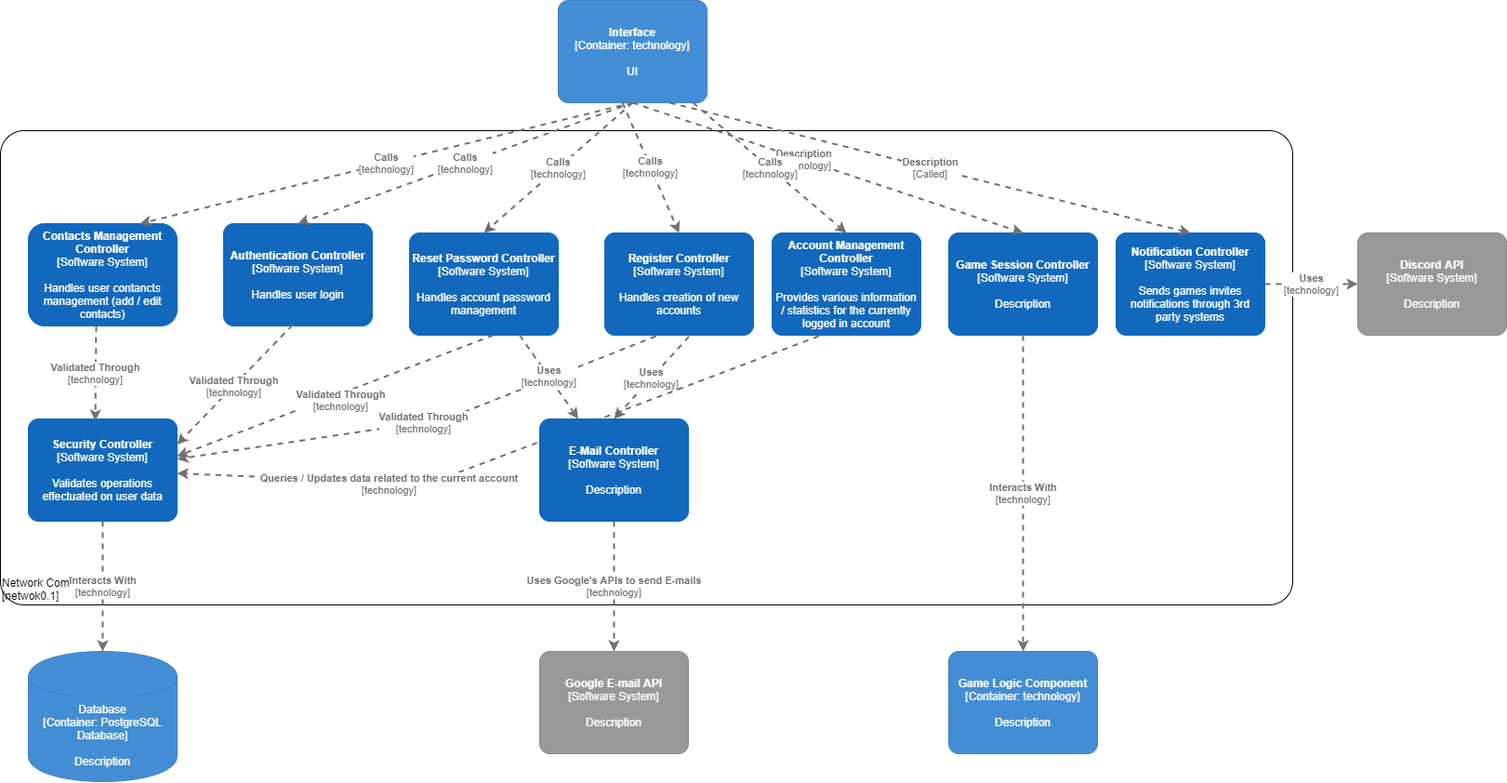
The draw.io diagram Diagrame-Networking/C4_components.png in mar1asm/Catan-ProiectIP, before a commit. Source tidied: cells renumbered, new cells last; positions are measured from the earlier drawing's top-left corner, leaving out a move shared by most shapes.
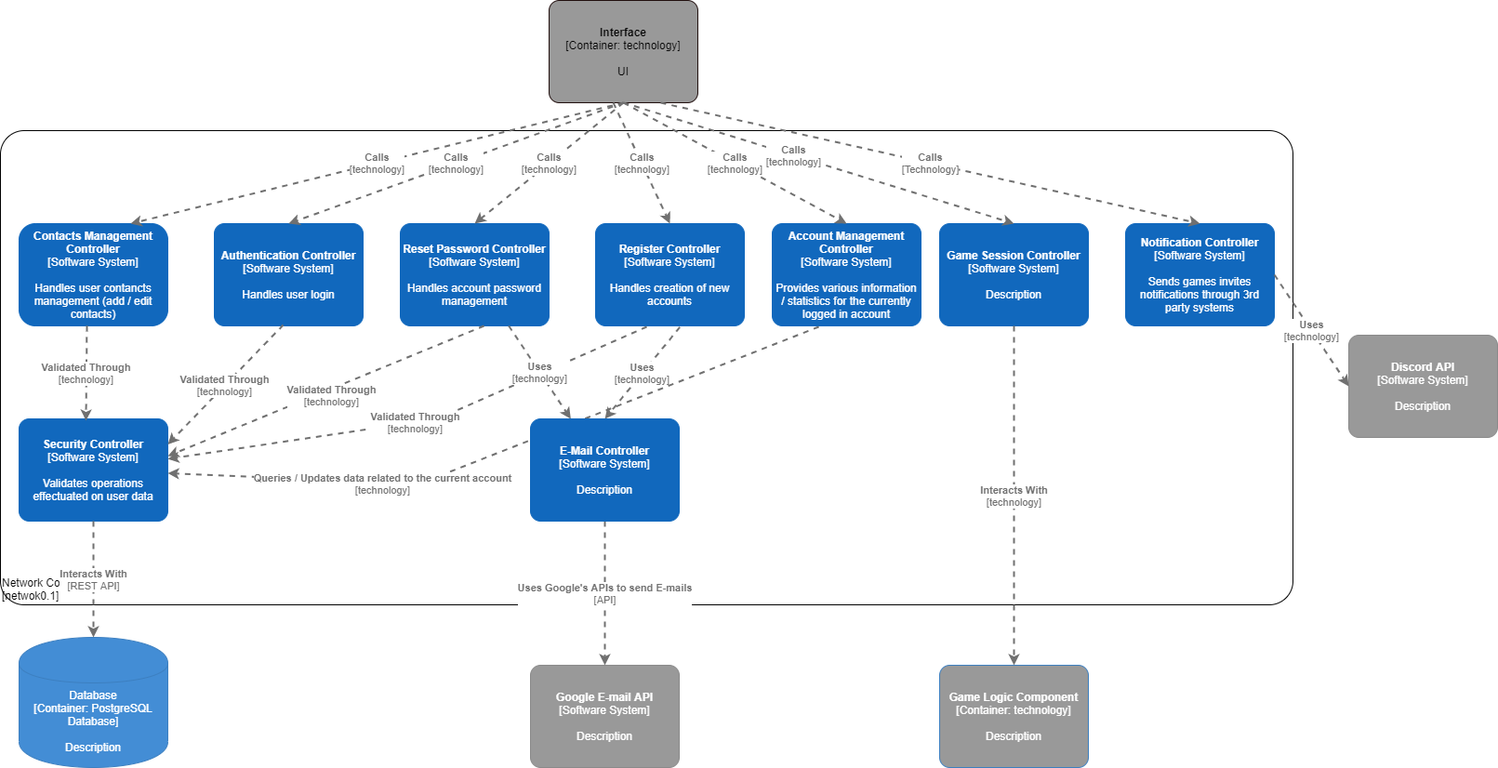
Above is the later version.

Commit message:
Updated components diagram

The edit, as a diff of the source:
```diff
@@ -4,7 +4,7 @@
     <mxCell id="1" parent="0" />
     <object id="2" label="&lt;div style=&quot;text-align: left&quot;&gt;%c4Name%&lt;/div&gt;&lt;div style=&quot;text-align: left&quot;&gt;[%c4Application%]&lt;/div&gt;" c4Application="netwok0.1" c4Name="Network Component" c4Type="ExecutionEnvironment" placeholders="1">
       <mxCell style="rounded=1;whiteSpace=wrap;html=1;labelBackgroundColor=none;fillColor=#ffffff;fontColor=#000000;align=left;arcSize=5;strokeColor=#000000;verticalAlign=bottom;metaData={&quot;c4Type&quot;:{&quot;editable&quot;:false}};" parent="1" vertex="1">
-        <mxGeometry y="140" width="1390" height="510" as="geometry" />
+        <mxGeometry x="10" y="140" width="1390" height="510" as="geometry" />
       </mxCell>
     </object>
     <object id="3" label="&lt;b&gt;%c4Name%&lt;/b&gt;&lt;div&gt;[%c4Type%]&lt;/div&gt;&lt;br&gt;&lt;div&gt;%c4Description%&lt;/div&gt;" c4Description="Handles user login" c4Name="Authentication Controller" c4Type="Software System" placeholders="1">
@@ -14,17 +14,17 @@
     </object>
     <object id="4" label="&lt;b&gt;%c4Name%&lt;/b&gt;&lt;div&gt;[%c4Type%]&lt;/div&gt;&lt;br&gt;&lt;div&gt;%c4Description%&lt;/div&gt;" c4Description="Handles creation of new accounts" c4Name="Register Controller" c4Type="Software System" placeholders="1">
       <mxCell style="rounded=1;whiteSpace=wrap;html=1;labelBackgroundColor=none;fillColor=#1168BD;fontColor=#ffffff;align=center;arcSize=10;strokeColor=#1168BD;metaData={&quot;c4Type&quot;:{&quot;editable&quot;:false}};points=[[0.25,0,0],[0.5,0,0],[0.75,0,0],[1,0.25,0],[1,0.5,0],[1,0.75,0],[0.75,1,0],[0.5,1,0],[0.25,1,0],[0,0.75,0],[0,0.5,0],[0,0.25,0]];" parent="1" vertex="1">
-        <mxGeometry x="650" y="250" width="160" height="110" as="geometry" />
+        <mxGeometry x="650" y="240" width="160" height="110" as="geometry" />
       </mxCell>
     </object>
     <object id="5" label="&lt;b&gt;%c4Name%&lt;/b&gt;&lt;div&gt;[%c4Type%]&lt;/div&gt;&lt;br&gt;&lt;div&gt;%c4Description%&lt;/div&gt;" c4Description="Handles account password management" c4Name="Reset Password Controller" c4Type="Software System" placeholders="1">
       <mxCell style="rounded=1;whiteSpace=wrap;html=1;labelBackgroundColor=none;fillColor=#1168BD;fontColor=#ffffff;align=center;arcSize=10;strokeColor=#1168BD;metaData={&quot;c4Type&quot;:{&quot;editable&quot;:false}};points=[[0.25,0,0],[0.5,0,0],[0.75,0,0],[1,0.25,0],[1,0.5,0],[1,0.75,0],[0.75,1,0],[0.5,1,0],[0.25,1,0],[0,0.75,0],[0,0.5,0],[0,0.25,0]];" parent="1" vertex="1">
-        <mxGeometry x="440" y="250" width="160" height="110" as="geometry" />
+        <mxGeometry x="440" y="240" width="160" height="110" as="geometry" />
       </mxCell>
     </object>
     <object id="6" label="&lt;b&gt;%c4Name%&lt;/b&gt;&lt;div&gt;[%c4Type%]&lt;/div&gt;&lt;br&gt;&lt;div&gt;%c4Description%&lt;/div&gt;" c4Description="Description" c4Name="Game Session Controller" c4Type="Software System" placeholders="1">
       <mxCell style="rounded=1;whiteSpace=wrap;html=1;labelBackgroundColor=none;fillColor=#1168BD;fontColor=#ffffff;align=center;arcSize=10;strokeColor=#1168BD;metaData={&quot;c4Type&quot;:{&quot;editable&quot;:false}};points=[[0.25,0,0],[0.5,0,0],[0.75,0,0],[1,0.25,0],[1,0.5,0],[1,0.75,0],[0.75,1,0],[0.5,1,0],[0.25,1,0],[0,0.75,0],[0,0.5,0],[0,0.25,0]];" parent="1" vertex="1">
-        <mxGeometry x="1020" y="250" width="160" height="110" as="geometry" />
+        <mxGeometry x="1020" y="240" width="160" height="110" as="geometry" />
       </mxCell>
     </object>
     <object id="7" label="&lt;b&gt;%c4Name%&lt;/b&gt;&lt;div&gt;[%c4Type%]&lt;/div&gt;&lt;br&gt;&lt;div&gt;%c4Description%&lt;/div&gt;" c4Description="Validates operations effectuated on user data" c4Name="Security Controller" c4Type="Software System" placeholders="1">
@@ -34,25 +34,25 @@
     </object>
     <object id="8" label="%c4Type%&lt;div&gt;[Container:&amp;nbsp;%c4Technology%]&lt;/div&gt;&lt;br&gt;&lt;div&gt;%c4Description%&lt;/div&gt;" c4Description="Description" c4Technology="PostgreSQL Database" c4Type="Database" placeholders="1">
       <mxCell style="shape=cylinder;whiteSpace=wrap;html=1;boundedLbl=1;rounded=0;labelBackgroundColor=none;fillColor=#438DD5;fontSize=12;fontColor=#ffffff;align=center;strokeColor=#3C7FC0;points=[[0.5,0,0],[1,0.25,0],[1,0.5,0],[1,0.75,0],[0.5,1,0],[0,0.75,0],[0,0.5,0],[0,0.25,0]];metaData={&quot;c4Type&quot;:{&quot;editable&quot;:false}};" parent="1" vertex="1">
-        <mxGeometry x="30" y="700" width="160" height="140" as="geometry" />
+        <mxGeometry x="30" y="685" width="160" height="140" as="geometry" />
       </mxCell>
     </object>
     <object id="9" label="&lt;b&gt;%c4Name%&lt;/b&gt;&lt;div&gt;[%c4Type%]&lt;/div&gt;&lt;br&gt;&lt;div&gt;%c4Description%&lt;/div&gt;" c4Description="Description" c4Name="Google E-mail API" c4Type="Software System" placeholders="1">
       <mxCell style="rounded=1;whiteSpace=wrap;html=1;labelBackgroundColor=none;fillColor=#999999;fontColor=#ffffff;align=center;arcSize=10;strokeColor=#8A8A8A;metaData={&quot;c4Type&quot;:{&quot;editable&quot;:false}};points=[[0.25,0,0],[0.5,0,0],[0.75,0,0],[1,0.25,0],[1,0.5,0],[1,0.75,0],[0.75,1,0],[0.5,1,0],[0.25,1,0],[0,0.75,0],[0,0.5,0],[0,0.25,0]];" parent="1" vertex="1">
-        <mxGeometry x="580" y="700" width="160" height="110" as="geometry" />
+        <mxGeometry x="580" y="715" width="160" height="110" as="geometry" />
       </mxCell>
     </object>
-    <object id="10" label="&lt;div style=&quot;text-align: left&quot;&gt;&lt;div style=&quot;text-align: center&quot;&gt;&lt;b&gt;%c4Description%&lt;/b&gt;&lt;/div&gt;&lt;div style=&quot;text-align: center&quot;&gt;[%c4Technology%]&lt;/div&gt;&lt;/div&gt;" c4Description="Uses Google's APIs to send E-mails" c4Technology="technology" c4Type="Relationship" placeholders="1">
+    <object id="10" label="&lt;div style=&quot;text-align: left&quot;&gt;&lt;div style=&quot;text-align: center&quot;&gt;&lt;b&gt;%c4Description%&lt;/b&gt;&lt;/div&gt;&lt;div style=&quot;text-align: center&quot;&gt;[%c4Technology%]&lt;/div&gt;&lt;/div&gt;" c4Description="Uses Google's APIs to send E-mails" c4Technology="API" c4Type="Relationship" placeholders="1">
       <mxCell style="edgeStyle=none;rounded=0;html=1;entryX=0.5;entryY=0;jettySize=auto;strokeColor=#707070;strokeWidth=2;fontColor=#707070;jumpStyle=none;dashed=1;metaData={&quot;c4Type&quot;:{&quot;editable&quot;:false}};exitX=0.5;exitY=1;exitDx=0;exitDy=0;exitPerimeter=0;entryDx=0;entryDy=0;entryPerimeter=0;" parent="1" edge="1" source="30" target="9">
         <mxGeometry relative="1" as="geometry" />
       </mxCell>
     </object>
     <object id="11" label="&lt;b&gt;%c4Name%&lt;/b&gt;&lt;div&gt;[%c4Type%: %c4Technology%]&lt;/div&gt;&lt;br&gt;&lt;div&gt;%c4Description%&lt;/div&gt;" c4Description="UI" c4Name="Interface" c4Technology="technology" c4Type="Container" placeholders="1">
-      <mxCell style="rounded=1;whiteSpace=wrap;html=1;labelBackgroundColor=none;fillColor=#438DD5;fontColor=#ffffff;align=center;arcSize=10;strokeColor=#3C7FC0;metaData={&quot;c4Type&quot;:{&quot;editable&quot;:false}};points=[[0.25,0,0],[0.5,0,0],[0.75,0,0],[1,0.25,0],[1,0.5,0],[1,0.75,0],[0.75,1,0],[0.5,1,0],[0.25,1,0],[0,0.75,0],[0,0.5,0],[0,0.25,0]];" parent="1" vertex="1">
+      <mxCell style="rounded=1;whiteSpace=wrap;html=1;labelBackgroundColor=none;align=center;arcSize=10;metaData={&quot;c4Type&quot;:{&quot;editable&quot;:false}};points=[[0.25,0,0],[0.5,0,0],[0.75,0,0],[1,0.25,0],[1,0.5,0],[1,0.75,0],[0.75,1,0],[0.5,1,0],[0.25,1,0],[0,0.75,0],[0,0.5,0],[0,0.25,0]];fillColor=#999999;strokeColor=#210F0E;" parent="1" vertex="1">
         <mxGeometry x="600" width="160" height="110" as="geometry" />
       </mxCell>
     </object>
-    <object id="12" label="&lt;div style=&quot;text-align: left&quot;&gt;&lt;div style=&quot;text-align: center&quot;&gt;&lt;b&gt;%c4Description%&lt;/b&gt;&lt;/div&gt;&lt;div style=&quot;text-align: center&quot;&gt;[%c4Technology%]&lt;/div&gt;&lt;/div&gt;" c4Description="Description" c4Technology="technology" c4Type="Relationship" placeholders="1">
+    <object id="12" label="&lt;div style=&quot;text-align: left&quot;&gt;&lt;div style=&quot;text-align: center&quot;&gt;&lt;b&gt;%c4Description%&lt;/b&gt;&lt;/div&gt;&lt;div style=&quot;text-align: center&quot;&gt;[%c4Technology%]&lt;/div&gt;&lt;/div&gt;" c4Description="Calls" c4Technology="technology" c4Type="Relationship" placeholders="1">
       <mxCell style="edgeStyle=none;rounded=0;html=1;entryX=0.5;entryY=0;jettySize=auto;strokeColor=#707070;strokeWidth=2;fontColor=#707070;jumpStyle=none;dashed=1;metaData={&quot;c4Type&quot;:{&quot;editable&quot;:false}};exitX=0.5;exitY=1;exitDx=0;exitDy=0;exitPerimeter=0;entryDx=0;entryDy=0;entryPerimeter=0;" parent="1" edge="1" source="11" target="6">
         <mxGeometry x="-0.12" relative="1" as="geometry" />
       </mxCell>
@@ -67,7 +67,7 @@
         <mxGeometry x="30" y="240" width="160" height="110" as="geometry" />
       </mxCell>
     </object>
-    <object id="15" label="&lt;div style=&quot;text-align: left&quot;&gt;&lt;div style=&quot;text-align: center&quot;&gt;&lt;b&gt;%c4Description%&lt;/b&gt;&lt;/div&gt;&lt;div style=&quot;text-align: center&quot;&gt;[%c4Technology%]&lt;/div&gt;&lt;/div&gt;" c4Description="Interacts With" c4Technology="technology" c4Type="Relationship" placeholders="1">
+    <object id="15" label="&lt;div style=&quot;text-align: left&quot;&gt;&lt;div style=&quot;text-align: center&quot;&gt;&lt;b&gt;%c4Description%&lt;/b&gt;&lt;/div&gt;&lt;div style=&quot;text-align: center&quot;&gt;[%c4Technology%]&lt;/div&gt;&lt;/div&gt;" c4Description="Interacts With" c4Technology="REST API" c4Type="Relationship" placeholders="1">
       <mxCell style="edgeStyle=none;rounded=0;html=1;entryX=0.5;entryY=0;jettySize=auto;strokeColor=#707070;strokeWidth=2;fontColor=#707070;jumpStyle=none;dashed=1;metaData={&quot;c4Type&quot;:{&quot;editable&quot;:false}};exitX=0.5;exitY=1;exitDx=0;exitDy=0;exitPerimeter=0;entryDx=0;entryDy=0;entryPerimeter=0;" parent="1" edge="1" source="7" target="8">
         <mxGeometry relative="1" as="geometry" />
       </mxCell>
@@ -112,8 +112,8 @@
       </mxCell>
     </object>
     <object id="23" label="&lt;b&gt;%c4Name%&lt;/b&gt;&lt;div&gt;[%c4Type%: %c4Technology%]&lt;/div&gt;&lt;br&gt;&lt;div&gt;%c4Description%&lt;/div&gt;" c4Description="Description" c4Name="Game Logic Component" c4Technology="technology" c4Type="Container" placeholders="1">
-      <mxCell style="rounded=1;whiteSpace=wrap;html=1;labelBackgroundColor=none;fillColor=#438DD5;fontColor=#ffffff;align=center;arcSize=10;strokeColor=#3C7FC0;metaData={&quot;c4Type&quot;:{&quot;editable&quot;:false}};points=[[0.25,0,0],[0.5,0,0],[0.75,0,0],[1,0.25,0],[1,0.5,0],[1,0.75,0],[0.75,1,0],[0.5,1,0],[0.25,1,0],[0,0.75,0],[0,0.5,0],[0,0.25,0]];" parent="1" vertex="1">
-        <mxGeometry x="1020" y="700" width="160" height="110" as="geometry" />
+      <mxCell style="rounded=1;whiteSpace=wrap;html=1;labelBackgroundColor=none;fontColor=#ffffff;align=center;arcSize=10;strokeColor=#3C7FC0;metaData={&quot;c4Type&quot;:{&quot;editable&quot;:false}};points=[[0.25,0,0],[0.5,0,0],[0.75,0,0],[1,0.25,0],[1,0.5,0],[1,0.75,0],[0.75,1,0],[0.5,1,0],[0.25,1,0],[0,0.75,0],[0,0.5,0],[0,0.25,0]];fillColor=#999999;" parent="1" vertex="1">
+        <mxGeometry x="1020" y="715" width="160" height="110" as="geometry" />
       </mxCell>
     </object>
     <object id="24" label="&lt;div style=&quot;text-align: left&quot;&gt;&lt;div style=&quot;text-align: center&quot;&gt;&lt;b&gt;%c4Description%&lt;/b&gt;&lt;/div&gt;&lt;div style=&quot;text-align: center&quot;&gt;[%c4Technology%]&lt;/div&gt;&lt;/div&gt;" c4Description="Interacts With" c4Technology="technology" c4Type="Relationship" placeholders="1">
@@ -123,11 +123,11 @@
     </object>
     <object id="25" label="&lt;b&gt;%c4Name%&lt;/b&gt;&lt;div&gt;[%c4Type%]&lt;/div&gt;&lt;br&gt;&lt;div&gt;%c4Description%&lt;/div&gt;" c4Description="Provides various information / statistics for the currently logged in account" c4Name="Account Management Controller" c4Type="Software System" placeholders="1">
       <mxCell style="rounded=1;whiteSpace=wrap;html=1;labelBackgroundColor=none;fillColor=#1168BD;fontColor=#ffffff;align=center;arcSize=10;strokeColor=#1168BD;metaData={&quot;c4Type&quot;:{&quot;editable&quot;:false}};points=[[0.25,0,0],[0.5,0,0],[0.75,0,0],[1,0.25,0],[1,0.5,0],[1,0.75,0],[0.75,1,0],[0.5,1,0],[0.25,1,0],[0,0.75,0],[0,0.5,0],[0,0.25,0]];" parent="1" vertex="1">
-        <mxGeometry x="830" y="250" width="160" height="110" as="geometry" />
+        <mxGeometry x="840" y="240" width="160" height="110" as="geometry" />
       </mxCell>
     </object>
     <object id="26" label="&lt;div style=&quot;text-align: left&quot;&gt;&lt;div style=&quot;text-align: center&quot;&gt;&lt;b&gt;%c4Description%&lt;/b&gt;&lt;/div&gt;&lt;div style=&quot;text-align: center&quot;&gt;[%c4Technology%]&lt;/div&gt;&lt;/div&gt;" c4Description="Calls" c4Technology="technology" c4Type="Relationship" placeholders="1">
-      <mxCell style="edgeStyle=none;rounded=0;html=1;entryX=0.5;entryY=0;jettySize=auto;strokeColor=#707070;strokeWidth=2;fontColor=#707070;jumpStyle=none;dashed=1;metaData={&quot;c4Type&quot;:{&quot;editable&quot;:false}};entryDx=0;entryDy=0;entryPerimeter=0;" parent="1" edge="1" source="11" target="25">
+      <mxCell style="edgeStyle=none;rounded=0;html=1;entryX=0.5;entryY=0;jettySize=auto;strokeColor=#707070;strokeWidth=2;fontColor=#707070;jumpStyle=none;dashed=1;metaData={&quot;c4Type&quot;:{&quot;editable&quot;:false}};entryDx=0;entryDy=0;entryPerimeter=0;exitX=0.5;exitY=1;exitDx=0;exitDy=0;exitPerimeter=0;" parent="1" edge="1" source="11" target="25">
         <mxGeometry relative="1" as="geometry" />
       </mxCell>
     </object>
@@ -157,17 +157,17 @@
     </object>
     <object id="31" label="&lt;b&gt;%c4Name%&lt;/b&gt;&lt;div&gt;[%c4Type%]&lt;/div&gt;&lt;br&gt;&lt;div&gt;%c4Description%&lt;/div&gt;" c4Description="Sends games invites notifications through 3rd party systems" c4Name="Notification Controller" c4Type="Software System" placeholders="1">
       <mxCell style="rounded=1;whiteSpace=wrap;html=1;labelBackgroundColor=none;fillColor=#1168BD;fontColor=#ffffff;align=center;arcSize=10;strokeColor=#1168BD;metaData={&quot;c4Type&quot;:{&quot;editable&quot;:false}};points=[[0.25,0,0],[0.5,0,0],[0.75,0,0],[1,0.25,0],[1,0.5,0],[1,0.75,0],[0.75,1,0],[0.5,1,0],[0.25,1,0],[0,0.75,0],[0,0.5,0],[0,0.25,0]];" parent="1" vertex="1">
-        <mxGeometry x="1200" y="250" width="160" height="110" as="geometry" />
+        <mxGeometry x="1220" y="240" width="160" height="110" as="geometry" />
       </mxCell>
     </object>
-    <object id="32" label="&lt;div style=&quot;text-align: left&quot;&gt;&lt;div style=&quot;text-align: center&quot;&gt;&lt;b&gt;%c4Description%&lt;/b&gt;&lt;/div&gt;&lt;div style=&quot;text-align: center&quot;&gt;[%c4Technology%]&lt;/div&gt;&lt;/div&gt;" c4Description="Description" c4Technology="Called" c4Type="Relationship" placeholders="1">
+    <object id="32" label="&lt;div style=&quot;text-align: left&quot;&gt;&lt;div style=&quot;text-align: center&quot;&gt;&lt;b&gt;%c4Description%&lt;/b&gt;&lt;/div&gt;&lt;div style=&quot;text-align: center&quot;&gt;[%c4Technology%]&lt;/div&gt;&lt;/div&gt;" c4Description="Calls" c4Technology="Technology" c4Type="Relationship" placeholders="1">
       <mxCell style="edgeStyle=none;rounded=0;html=1;entryX=0.5;entryY=0;jettySize=auto;strokeColor=#707070;strokeWidth=2;fontColor=#707070;jumpStyle=none;dashed=1;metaData={&quot;c4Type&quot;:{&quot;editable&quot;:false}};exitX=0.75;exitY=1;exitDx=0;exitDy=0;exitPerimeter=0;entryDx=0;entryDy=0;entryPerimeter=0;" parent="1" edge="1" source="11" target="31">
         <mxGeometry relative="1" as="geometry" />
       </mxCell>
     </object>
     <object id="33" label="&lt;b&gt;%c4Name%&lt;/b&gt;&lt;div&gt;[%c4Type%]&lt;/div&gt;&lt;br&gt;&lt;div&gt;%c4Description%&lt;/div&gt;" c4Description="Description" c4Name="Discord API" c4Type="Software System" placeholders="1">
       <mxCell style="rounded=1;whiteSpace=wrap;html=1;labelBackgroundColor=none;fillColor=#999999;fontColor=#ffffff;align=center;arcSize=10;strokeColor=#8A8A8A;metaData={&quot;c4Type&quot;:{&quot;editable&quot;:false}};points=[[0.25,0,0],[0.5,0,0],[0.75,0,0],[1,0.25,0],[1,0.5,0],[1,0.75,0],[0.75,1,0],[0.5,1,0],[0.25,1,0],[0,0.75,0],[0,0.5,0],[0,0.25,0]];" parent="1" vertex="1">
-        <mxGeometry x="1460" y="250" width="160" height="110" as="geometry" />
+        <mxGeometry x="1460" y="360" width="160" height="110" as="geometry" />
       </mxCell>
     </object>
     <object id="34" label="&lt;div style=&quot;text-align: left&quot;&gt;&lt;div style=&quot;text-align: center&quot;&gt;&lt;b&gt;%c4Description%&lt;/b&gt;&lt;/div&gt;&lt;div style=&quot;text-align: center&quot;&gt;[%c4Technology%]&lt;/div&gt;&lt;/div&gt;" c4Description="Uses" c4Technology="technology" c4Type="Relationship" placeholders="1">
```
